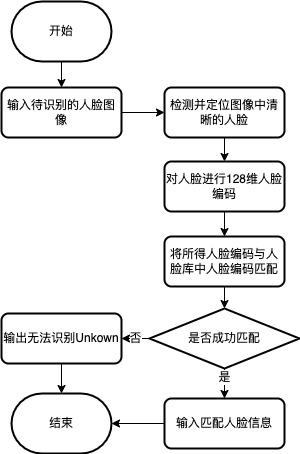
Before: 人脸识别流程图.drawio.png, a diagram exported from draw.io (jtwty/Face_Rec). Source tidied: cells renumbered, new cells last; positions are measured from the earlier drawing's top-left corner, leaving out a move shared by most shapes.
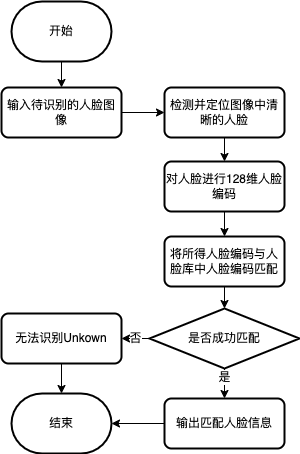
The same file after the commit.

Commit message:
更新人脸识别流程图.drawio.png

What changed in the source:
```diff
@@ -50,13 +50,13 @@
     <mxCell id="17" style="edgeStyle=orthogonalEdgeStyle;rounded=0;jettySize=auto;html=1;" parent="1" edge="1" source="18" target="4">
       <mxGeometry relative="1" as="geometry" />
     </mxCell>
-    <mxCell id="18" value="输入匹配人脸信息" style="rounded=1;whiteSpace=wrap;html=1;absoluteArcSize=1;arcSize=14;strokeWidth=2;" parent="1" vertex="1">
+    <mxCell id="18" value="输出匹配人脸信息" style="rounded=1;whiteSpace=wrap;html=1;absoluteArcSize=1;arcSize=14;strokeWidth=2;" parent="1" vertex="1">
       <mxGeometry x="163" y="397" width="120" height="50" as="geometry" />
     </mxCell>
     <mxCell id="19" style="edgeStyle=orthogonalEdgeStyle;rounded=0;jettySize=auto;html=1;" parent="1" edge="1" source="20" target="4">
       <mxGeometry relative="1" as="geometry" />
     </mxCell>
-    <mxCell id="20" value="输出无法识别Unkown" style="rounded=1;whiteSpace=wrap;html=1;absoluteArcSize=1;arcSize=14;strokeWidth=2;" parent="1" vertex="1">
+    <mxCell id="20" value="无法识别Unkown" style="rounded=1;whiteSpace=wrap;html=1;absoluteArcSize=1;arcSize=14;strokeWidth=2;" parent="1" vertex="1">
       <mxGeometry y="312" width="120" height="50" as="geometry" />
     </mxCell>
   </root>
```
